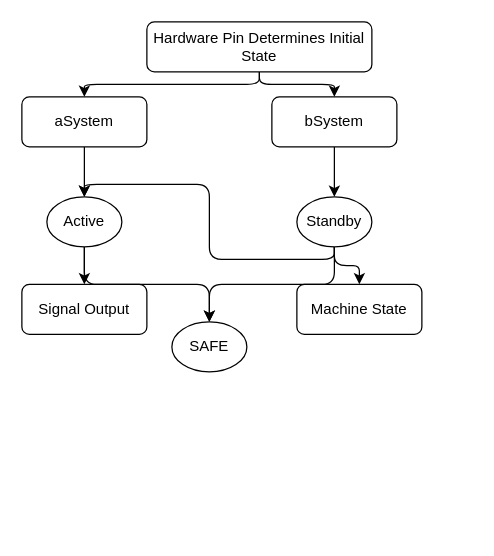
chillin2/MyDraw.io keeps this draw.io diagram as EABS_SIL4/FCPU/StateMachine.drawio. Above is the earlier version. Source tidied: cells renumbered, new cells numbered last; positions are measured from the earlier drawing's top-left corner, leaving out a move shared by most shapes. Both pictures are drawn from the tidied source at 125%, with x=0, y=0 at pixel (21, 21).
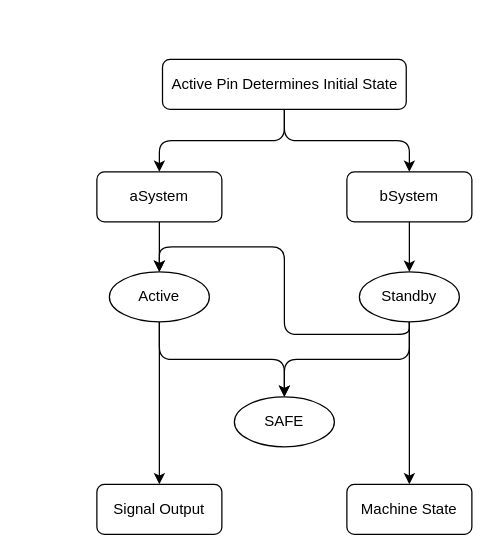
The same diagram, later.

What changed in the source:
```diff
@@
     <mxCell id="2" value="aSystem" style="rounded=1;whiteSpace=wrap;html=1;" parent="1" vertex="1">
-      <mxGeometry y="60" width="100" height="40" as="geometry" />
+      <mxGeometry x="60" y="120" width="100" height="40" as="geometry" />
     </mxCell>
     <mxCell id="3" value="bSystem" style="rounded=1;whiteSpace=wrap;html=1;" parent="1" vertex="1">
-      <mxGeometry x="200" y="60" width="100" height="40" as="geometry" />
+      <mxGeometry x="260" y="120" width="100" height="40" as="geometry" />
     </mxCell>
     <mxCell id="4" value="Active" style="ellipse;whiteSpace=wrap;html=1;" parent="1" vertex="1">
-      <mxGeometry x="20" y="140" width="60" height="40" as="geometry" />
+      <mxGeometry x="70" y="200" width="80" height="40" as="geometry" />
     </mxCell>
     <mxCell id="5" value="Standby" style="ellipse;whiteSpace=wrap;html=1;" parent="1" vertex="1">
-      <mxGeometry x="220" y="140" width="60" height="40" as="geometry" />
+      <mxGeometry x="270" y="200" width="80" height="40" as="geometry" />
     </mxCell>
     <mxCell id="6" value="SAFE" style="ellipse;whiteSpace=wrap;html=1;" parent="1" vertex="1">
-      <mxGeometry x="120" y="240" width="60" height="40" as="geometry" />
+      <mxGeometry x="170" y="300" width="80" height="40" as="geometry" />
     </mxCell>
-    <mxCell id="7" value="Hardware Pin Determines Initial State" style="rounded=1;whiteSpace=wrap;html=1;" parent="1" vertex="1">
-      <mxGeometry x="100" width="180" height="40" as="geometry" />
+    <mxCell id="7" value="Active Pin Determines Initial State" style="rounded=1;whiteSpace=wrap;html=1;" parent="1" vertex="1">
+      <mxGeometry x="112.5" y="30" width="195" height="40" as="geometry" />
     </mxCell>
     <mxCell id="8" value="Signal Output" style="rounded=1;whiteSpace=wrap;html=1;" parent="1" vertex="1">
-      <mxGeometry y="210" width="100" height="40" as="geometry" />
+      <mxGeometry x="60" y="370" width="100" height="40" as="geometry" />
     </mxCell>
     <mxCell id="9" value="Machine State" style="rounded=1;whiteSpace=wrap;html=1;" parent="1" vertex="1">
-      <mxGeometry x="220" y="210" width="100" height="40" as="geometry" />
+      <mxGeometry x="260" y="370" width="100" height="40" as="geometry" />
     </mxCell>
@@
     <mxCell id="17" style="edgeStyle=orthogonalEdgeStyle;rounded=1;exitX=0.5;exitY=1;exitDx=0;exitDy=0;entryX=0.5;entryY=0;entryDx=0;entryDy=0;" parent="1" edge="1" source="5" target="4">
-      <mxGeometry relative="1" as="geometry" />
+      <mxGeometry relative="1" as="geometry">
+        <Array as="points">
+          <mxPoint x="310" y="250" />
+          <mxPoint x="210" y="250" />
+          <mxPoint x="210" y="180" />
+          <mxPoint x="110" y="180" />
+        </Array>
+      </mxGeometry>
     </mxCell>
```
